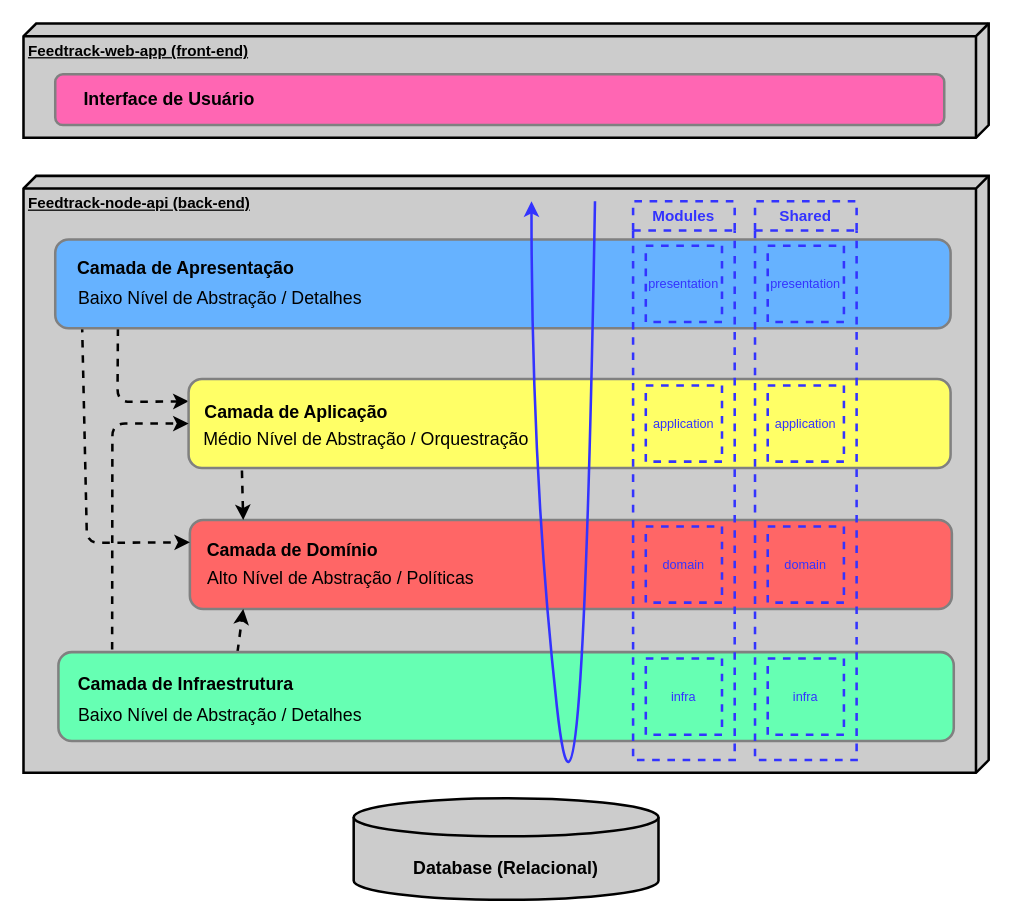
Above: page "Arquitetura em Camadas" (1 of 2) of requirements/feedtrack-arquitetura.drawio in equipe-feedtrack/feedtrack-server (draw.io), before the change. Source tidied: cells renumbered, new cells numbered last; positions are measured from the earlier drawing's top-left corner, leaving out a move shared by most shapes. Both pictures are drawn from the tidied source at 127%, with x=0, y=0 at pixel (23, 23).
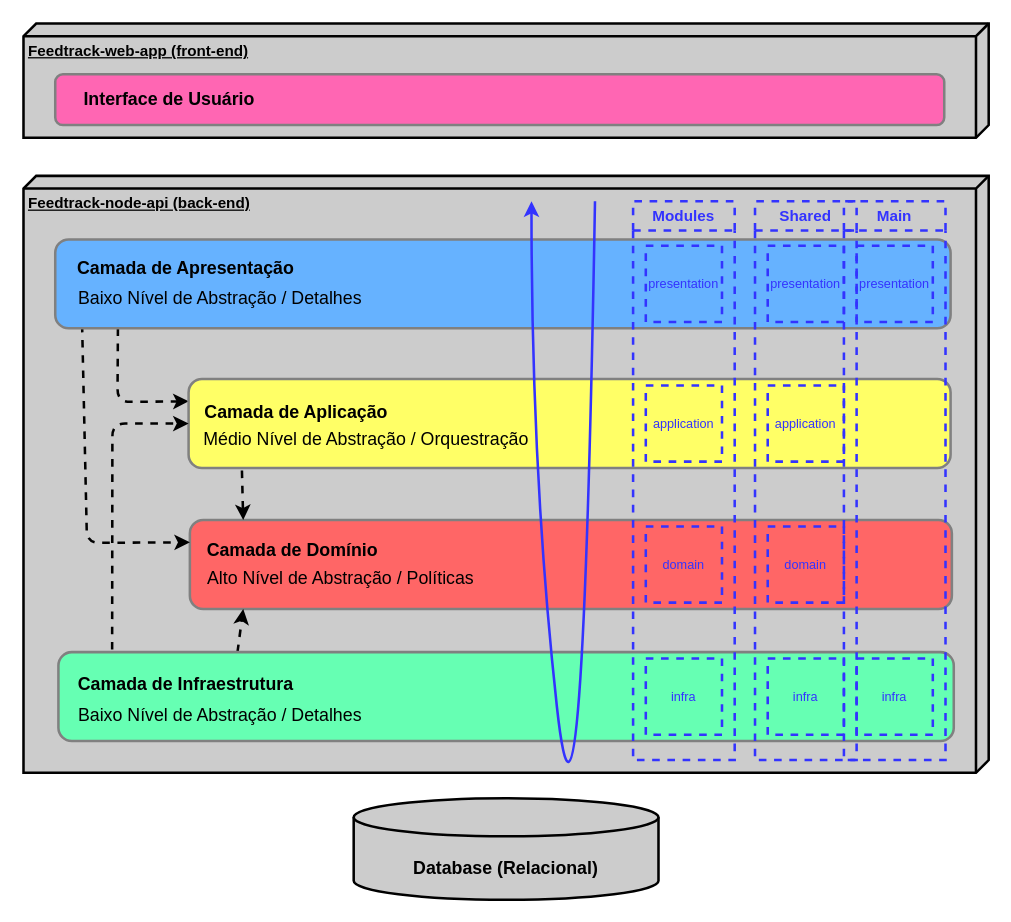
The same page after the edit.

Diff of the diagram source:
```diff
@@
+    <mxCell id="37" value="Main" style="swimlane;whiteSpace=wrap;html=1;startSize=23;fillColor=none;fontColor=#3333FF;strokeColor=#3333FF;dashed=1;strokeWidth=2;" parent="1" vertex="1">
+      <mxGeometry x="646" y="140" width="80" height="440" as="geometry" />
+    </mxCell>
+    <mxCell id="38" value="presentation" style="rounded=0;whiteSpace=wrap;html=1;dashed=1;strokeColor=#3333FF;strokeWidth=2;fontColor=#3333FF;fillColor=none;fontSize=10;" parent="37" vertex="1">
+      <mxGeometry x="10" y="35" width="60" height="60" as="geometry" />
+    </mxCell>
+    <mxCell id="39" value="infra" style="rounded=0;whiteSpace=wrap;html=1;dashed=1;strokeColor=#3333FF;strokeWidth=2;fontColor=#3333FF;fillColor=none;fontSize=10;" parent="37" vertex="1">
+      <mxGeometry x="10" y="360" width="60" height="60" as="geometry" />
+    </mxCell>
```
